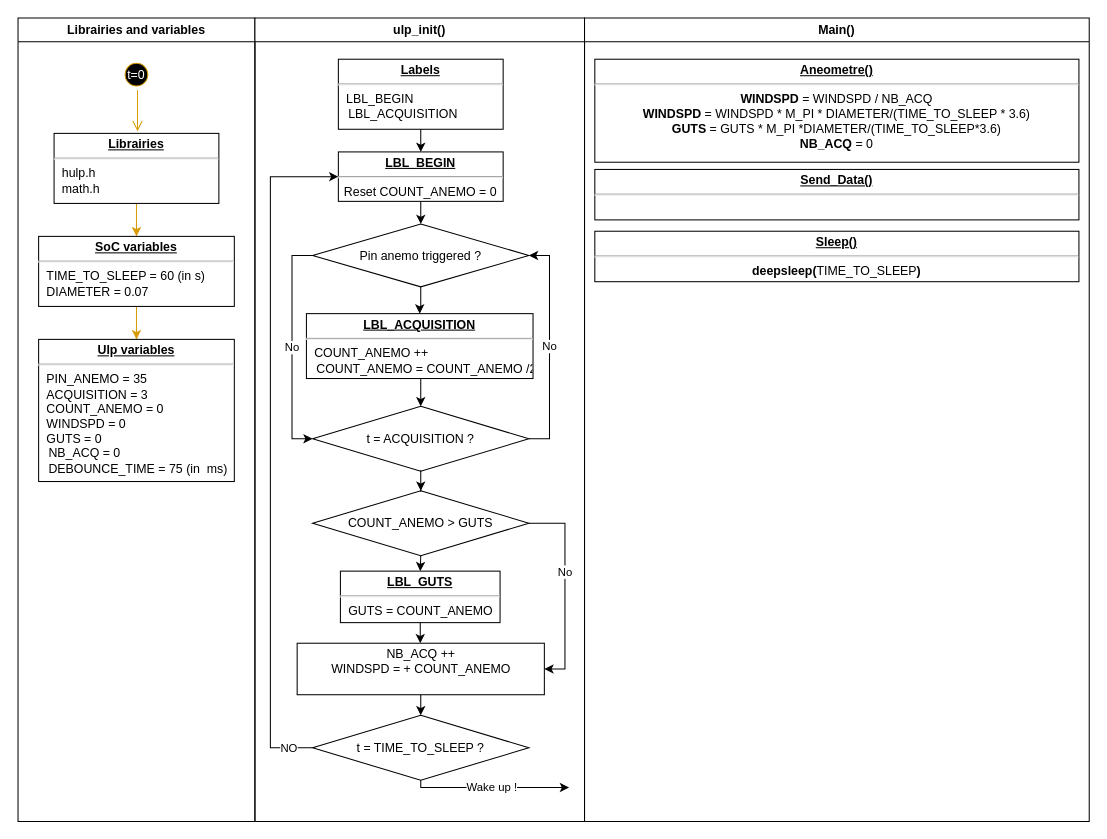
Before: Untitled Diagram.drawio in laguill/Rain-gauge-ulp-esp32, a draw.io diagram. Source tidied: cells renumbered, new cells numbered last; positions are measured from the earlier drawing's top-left corner, leaving out a move shared by most shapes. Both pictures are drawn from the tidied source at 103%, with x=0, y=0 at pixel (18, 18).
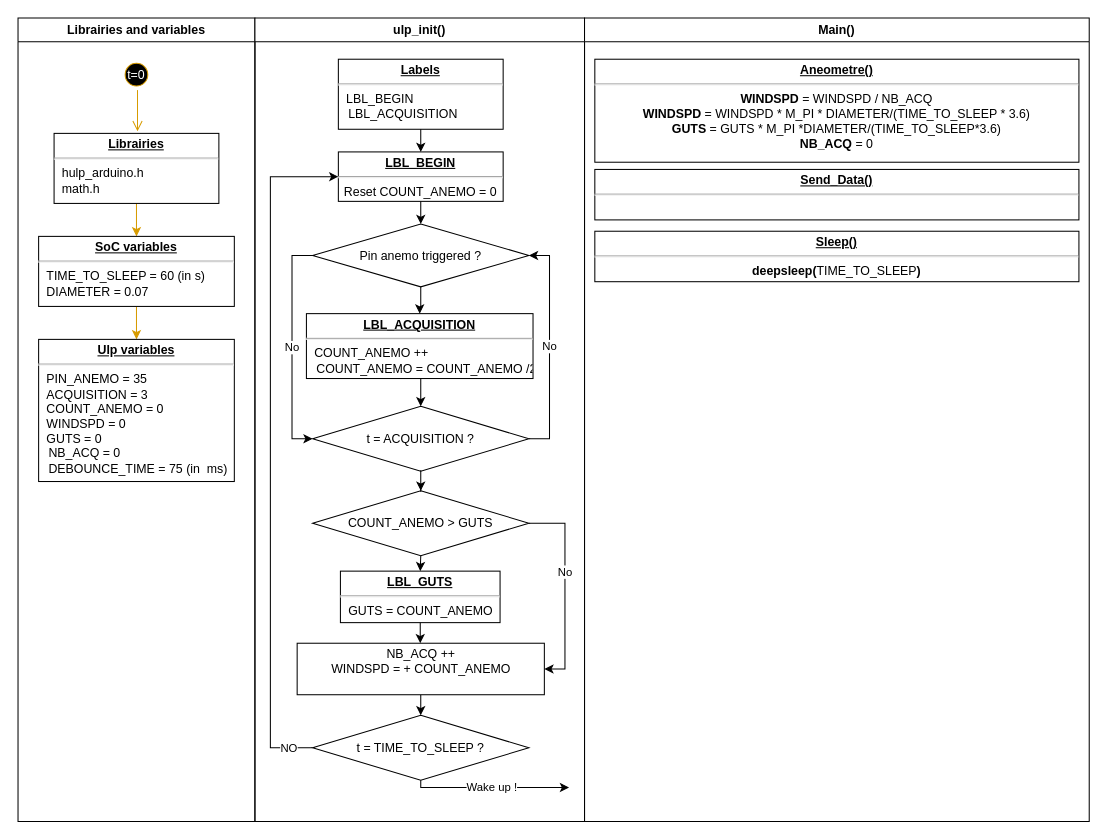
The same diagram, later.

The change refers to these unchanged cells:
```xml
<mxCell id="2" value="Librairies and variables" style="swimlane;whiteSpace=wrap;" parent="1" vertex="1">
  <mxGeometry width="230" height="780" as="geometry" />
</mxCell>
```

Diff of the diagram source:
```diff
@@
-    <mxCell id="6" value="&lt;p style=&quot;margin: 0px ; margin-top: 4px ; text-align: center ; text-decoration: underline&quot;&gt;&lt;b&gt;Librairies&lt;/b&gt;&lt;br&gt;&lt;/p&gt;&lt;hr&gt;&lt;p style=&quot;margin: 0px ; margin-left: 8px&quot;&gt;hulp.h&lt;/p&gt;&lt;p style=&quot;margin: 0px ; margin-left: 8px&quot;&gt;math.h&lt;br&gt;&lt;/p&gt;&lt;p style=&quot;margin: 0px ; margin-left: 8px&quot;&gt;&lt;br&gt;&lt;/p&gt;" style="verticalAlign=top;align=left;overflow=fill;fontSize=12;fontFamily=Helvetica;html=1;" parent="2" vertex="1">
+    <mxCell id="6" value="&lt;p style=&quot;margin: 0px ; margin-top: 4px ; text-align: center ; text-decoration: underline&quot;&gt;&lt;b&gt;Librairies&lt;/b&gt;&lt;br&gt;&lt;/p&gt;&lt;hr&gt;&lt;p style=&quot;margin: 0px ; margin-left: 8px&quot;&gt;hulp_arduino.h&lt;/p&gt;&lt;p style=&quot;margin: 0px ; margin-left: 8px&quot;&gt;math.h&lt;br&gt;&lt;/p&gt;&lt;p style=&quot;margin: 0px ; margin-left: 8px&quot;&gt;&lt;br&gt;&lt;/p&gt;" style="verticalAlign=top;align=left;overflow=fill;fontSize=12;fontFamily=Helvetica;html=1;" parent="2" vertex="1">
       <mxGeometry x="35" y="112" width="160" height="68" as="geometry" />
     </mxCell>
```
